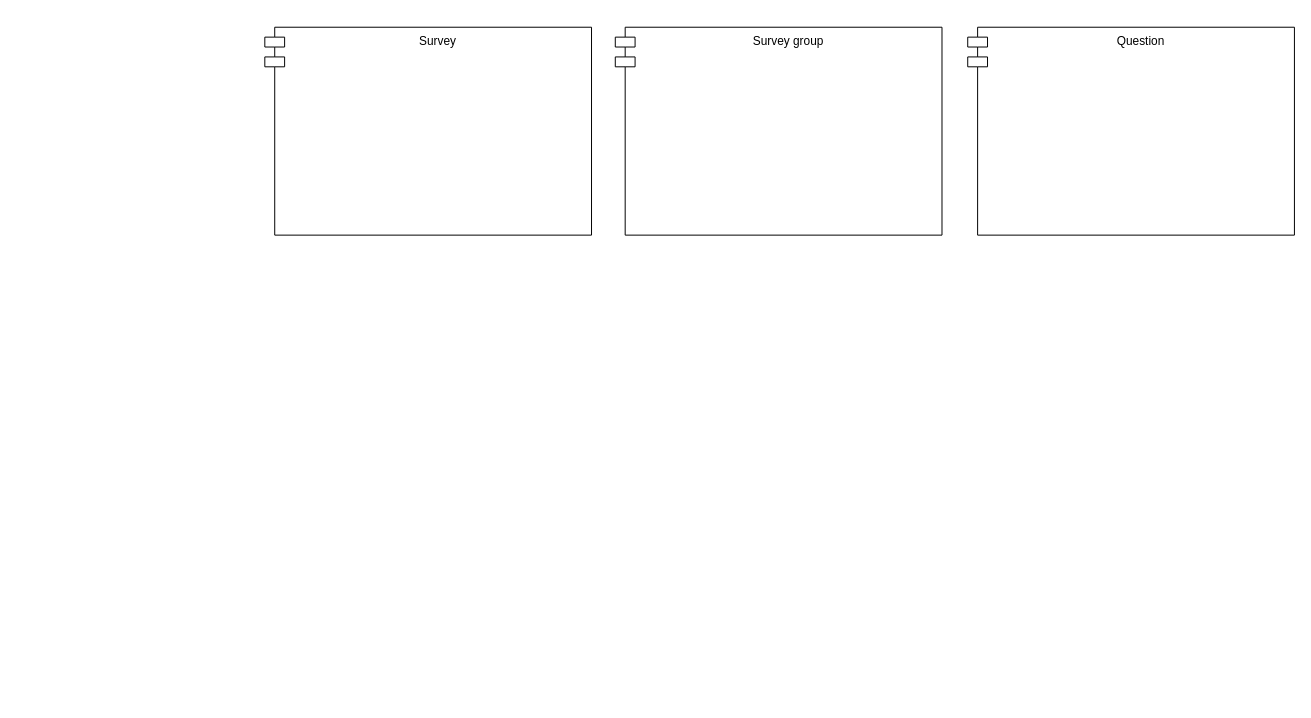
Above: Domain modules.drawio in olleharstedt/diagrams.net (draw.io), before the change. Source tidied: cells renumbered, new cells numbered last; positions are measured from the earlier drawing's top-left corner, leaving out a move shared by most shapes. Both pictures are drawn from the tidied source at 99%, with x=0, y=0 at pixel (264, 27).
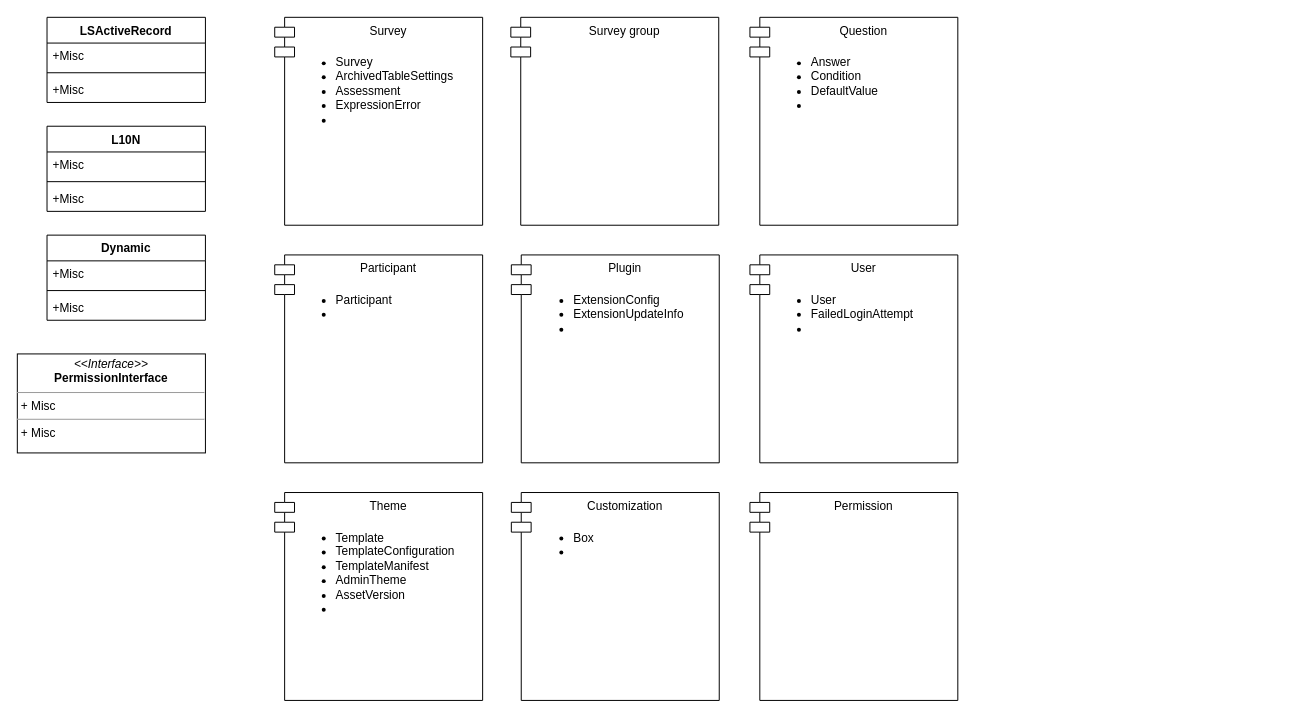
Above is the later version.

The edit, as a diff of the source:
```diff
@@
     <mxCell id="2" value="Survey" style="shape=module;align=left;spacingLeft=20;align=center;verticalAlign=top;fillColor=none;" parent="1" vertex="1">
-      <mxGeometry width="330" height="210" as="geometry" />
+      <mxGeometry x="10" y="-10" width="210" height="210" as="geometry" />
     </mxCell>
     <mxCell id="3" value="Survey group" style="shape=module;align=left;spacingLeft=20;align=center;verticalAlign=top;fillColor=none;" parent="1" vertex="1">
-      <mxGeometry x="354" width="330" height="210" as="geometry" />
+      <mxGeometry x="248.5" y="-10" width="210" height="210" as="geometry" />
     </mxCell>
     <mxCell id="4" value="Question" style="shape=module;align=left;spacingLeft=20;align=center;verticalAlign=top;fillColor=none;" parent="1" vertex="1">
-      <mxGeometry x="710" width="330" height="210" as="geometry" />
+      <mxGeometry x="490" y="-10" width="210" height="210" as="geometry" />
     </mxCell>
+    <mxCell id="5" value="Participant" style="shape=module;align=left;spacingLeft=20;align=center;verticalAlign=top;fillColor=none;" parent="1" vertex="1">
+      <mxGeometry x="10" y="230" width="210" height="210" as="geometry" />
+    </mxCell>
+    <mxCell id="6" value="Plugin" style="shape=module;align=left;spacingLeft=20;align=center;verticalAlign=top;fillColor=none;" parent="1" vertex="1">
+      <mxGeometry x="249" y="230" width="210" height="210" as="geometry" />
+    </mxCell>
+    <mxCell id="7" value="User" style="shape=module;align=left;spacingLeft=20;align=center;verticalAlign=top;fillColor=none;" parent="1" vertex="1">
+      <mxGeometry x="490" y="230" width="210" height="210" as="geometry" />
+    </mxCell>
+    <mxCell id="8" value="Theme" style="shape=module;align=left;spacingLeft=20;align=center;verticalAlign=top;fillColor=none;" parent="1" vertex="1">
+      <mxGeometry x="10" y="470" width="210" height="210" as="geometry" />
+    </mxCell>
+    <mxCell id="9" value="Customization" style="shape=module;align=left;spacingLeft=20;align=center;verticalAlign=top;fillColor=none;" parent="1" vertex="1">
+      <mxGeometry x="249" y="470" width="210" height="210" as="geometry" />
+    </mxCell>
+    <mxCell id="10" value="Permission" style="shape=module;align=left;spacingLeft=20;align=center;verticalAlign=top;fillColor=none;" parent="1" vertex="1">
+      <mxGeometry x="490" y="470" width="210" height="210" as="geometry" />
+    </mxCell>
+    <mxCell id="11" value="LSActiveRecord" style="swimlane;fontStyle=1;align=center;verticalAlign=top;horizontal=1;startSize=26;fillColor=none;" parent="1" vertex="1">
+      <mxGeometry x="-220" y="-10" width="160" height="86" as="geometry" />
+    </mxCell>
+    <mxCell id="12" value="+Misc" style="text;strokeColor=none;fillColor=none;align=left;verticalAlign=top;spacingLeft=4;spacingRight=4;overflow=hidden;" parent="11" vertex="1">
+      <mxGeometry y="26" width="160" height="26" as="geometry" />
+    </mxCell>
+    <mxCell id="13" style="line;strokeWidth=1;fillColor=none;align=left;verticalAlign=middle;spacingTop=-1;spacingLeft=3;spacingRight=3;labelPosition=right;" parent="11" vertex="1">
+      <mxGeometry y="52" width="160" height="8" as="geometry" />
+    </mxCell>
+    <mxCell id="14" value="+Misc" style="text;strokeColor=none;fillColor=none;align=left;verticalAlign=top;spacingLeft=4;spacingRight=4;overflow=hidden;" parent="11" vertex="1">
+      <mxGeometry y="60" width="160" height="26" as="geometry" />
+    </mxCell>
+    <mxCell id="15" value="&lt;p style=&quot;margin: 0px ; margin-top: 4px ; text-align: center&quot;&gt;&lt;i&gt;&amp;lt;&amp;lt;Interface&amp;gt;&amp;gt;&lt;/i&gt;&lt;br&gt;&lt;b&gt;PermissionInterface&lt;/b&gt;&lt;/p&gt;&lt;hr size=&quot;1&quot;&gt;&lt;p style=&quot;margin: 0px ; margin-left: 4px&quot;&gt;+ Misc&lt;br&gt;&lt;/p&gt;&lt;hr size=&quot;1&quot;&gt;&lt;p style=&quot;margin: 0px ; margin-left: 4px&quot;&gt;+ Misc&lt;br&gt;&lt;/p&gt;" style="verticalAlign=top;align=left;overflow=fill;fontSize=12;fontFamily=Helvetica;html=1;fillColor=none;" parent="1" vertex="1">
+      <mxGeometry x="-250" y="330" width="190" height="100" as="geometry" />
+    </mxCell>
+    <mxCell id="16" value="&lt;ul&gt;&lt;li&gt;Participant&lt;/li&gt;&lt;li&gt;&lt;br&gt;&lt;/li&gt;&lt;/ul&gt;" style="text;html=1;strokeColor=none;fillColor=none;align=left;verticalAlign=top;whiteSpace=wrap;rounded=0;" parent="1" vertex="1">
+      <mxGeometry x="30" y="250" width="120" height="120" as="geometry" />
+    </mxCell>
+    <mxCell id="17" value="&lt;ul&gt;&lt;li&gt;Survey&lt;br&gt;&lt;/li&gt;&lt;li&gt;ArchivedTableSettings&lt;/li&gt;&lt;li&gt;Assessment&lt;/li&gt;&lt;li&gt;ExpressionError&lt;/li&gt;&lt;li&gt;&lt;br&gt;&lt;/li&gt;&lt;/ul&gt;" style="text;html=1;strokeColor=none;fillColor=none;align=left;verticalAlign=top;whiteSpace=wrap;rounded=0;" parent="1" vertex="1">
+      <mxGeometry x="30" y="10" width="120" height="120" as="geometry" />
+    </mxCell>
+    <mxCell id="18" value="&lt;ul&gt;&lt;li&gt;Template&lt;br&gt;&lt;/li&gt;&lt;li&gt;TemplateConfiguration&lt;/li&gt;&lt;li&gt;TemplateManifest&lt;/li&gt;&lt;li&gt;AdminTheme&lt;/li&gt;&lt;li&gt;AssetVersion&lt;/li&gt;&lt;li&gt;&lt;br&gt;&lt;/li&gt;&lt;/ul&gt;" style="text;html=1;strokeColor=none;fillColor=none;align=left;verticalAlign=top;whiteSpace=wrap;rounded=0;" parent="1" vertex="1">
+      <mxGeometry x="30" y="490" width="120" height="120" as="geometry" />
+    </mxCell>
+    <mxCell id="19" value="&lt;ul&gt;&lt;li&gt;Answer&lt;br&gt;&lt;/li&gt;&lt;li&gt;Condition&lt;/li&gt;&lt;li&gt;DefaultValue&lt;/li&gt;&lt;li&gt;&lt;br&gt;&lt;/li&gt;&lt;/ul&gt;" style="text;html=1;strokeColor=none;fillColor=none;align=left;verticalAlign=top;whiteSpace=wrap;rounded=0;" parent="1" vertex="1">
+      <mxGeometry x="510" y="10" width="120" height="120" as="geometry" />
+    </mxCell>
+    <mxCell id="20" value="&lt;ul&gt;&lt;li&gt;Box&lt;br&gt;&lt;/li&gt;&lt;li&gt;&lt;br&gt;&lt;/li&gt;&lt;/ul&gt;" style="text;html=1;strokeColor=none;fillColor=none;align=left;verticalAlign=top;whiteSpace=wrap;rounded=0;" parent="1" vertex="1">
+      <mxGeometry x="270" y="490" width="120" height="120" as="geometry" />
+    </mxCell>
+    <mxCell id="21" value="L10N" style="swimlane;fontStyle=1;align=center;verticalAlign=top;horizontal=1;startSize=26;fillColor=none;" parent="1" vertex="1">
+      <mxGeometry x="-220" y="100" width="160" height="86" as="geometry" />
+    </mxCell>
+    <mxCell id="22" value="+Misc" style="text;strokeColor=none;fillColor=none;align=left;verticalAlign=top;spacingLeft=4;spacingRight=4;overflow=hidden;" parent="21" vertex="1">
+      <mxGeometry y="26" width="160" height="26" as="geometry" />
+    </mxCell>
+    <mxCell id="23" style="line;strokeWidth=1;fillColor=none;align=left;verticalAlign=middle;spacingTop=-1;spacingLeft=3;spacingRight=3;labelPosition=right;" parent="21" vertex="1">
+      <mxGeometry y="52" width="160" height="8" as="geometry" />
+    </mxCell>
+    <mxCell id="24" value="+Misc" style="text;strokeColor=none;fillColor=none;align=left;verticalAlign=top;spacingLeft=4;spacingRight=4;overflow=hidden;" parent="21" vertex="1">
+      <mxGeometry y="60" width="160" height="26" as="geometry" />
+    </mxCell>
+    <mxCell id="25" value="Dynamic" style="swimlane;fontStyle=1;align=center;verticalAlign=top;horizontal=1;startSize=26;fillColor=none;" parent="1" vertex="1">
+      <mxGeometry x="-220" y="210" width="160" height="86" as="geometry" />
+    </mxCell>
+    <mxCell id="26" value="+Misc" style="text;strokeColor=none;fillColor=none;align=left;verticalAlign=top;spacingLeft=4;spacingRight=4;overflow=hidden;" parent="25" vertex="1">
+      <mxGeometry y="26" width="160" height="26" as="geometry" />
+    </mxCell>
+    <mxCell id="27" style="line;strokeWidth=1;fillColor=none;align=left;verticalAlign=middle;spacingTop=-1;spacingLeft=3;spacingRight=3;labelPosition=right;" parent="25" vertex="1">
+      <mxGeometry y="52" width="160" height="8" as="geometry" />
+    </mxCell>
+    <mxCell id="28" value="+Misc" style="text;strokeColor=none;fillColor=none;align=left;verticalAlign=top;spacingLeft=4;spacingRight=4;overflow=hidden;" parent="25" vertex="1">
+      <mxGeometry y="60" width="160" height="26" as="geometry" />
+    </mxCell>
+    <mxCell id="29" value="&lt;ul&gt;&lt;li&gt;ExtensionConfig&lt;/li&gt;&lt;li&gt;ExtensionUpdateInfo&lt;br&gt;&lt;/li&gt;&lt;li&gt;&lt;br&gt;&lt;/li&gt;&lt;/ul&gt;" style="text;html=1;strokeColor=none;fillColor=none;align=left;verticalAlign=top;whiteSpace=wrap;rounded=0;" parent="1" vertex="1">
+      <mxGeometry x="270" y="250" width="120" height="120" as="geometry" />
+    </mxCell>
+    <mxCell id="30" value="&lt;ul&gt;&lt;li&gt;User&lt;br&gt;&lt;/li&gt;&lt;li&gt;FailedLoginAttempt&lt;/li&gt;&lt;li&gt;&lt;br&gt;&lt;/li&gt;&lt;/ul&gt;" style="text;html=1;strokeColor=none;fillColor=none;align=left;verticalAlign=top;whiteSpace=wrap;rounded=0;" parent="1" vertex="1">
+      <mxGeometry x="510" y="250" width="120" height="120" as="geometry" />
+    </mxCell>
```
